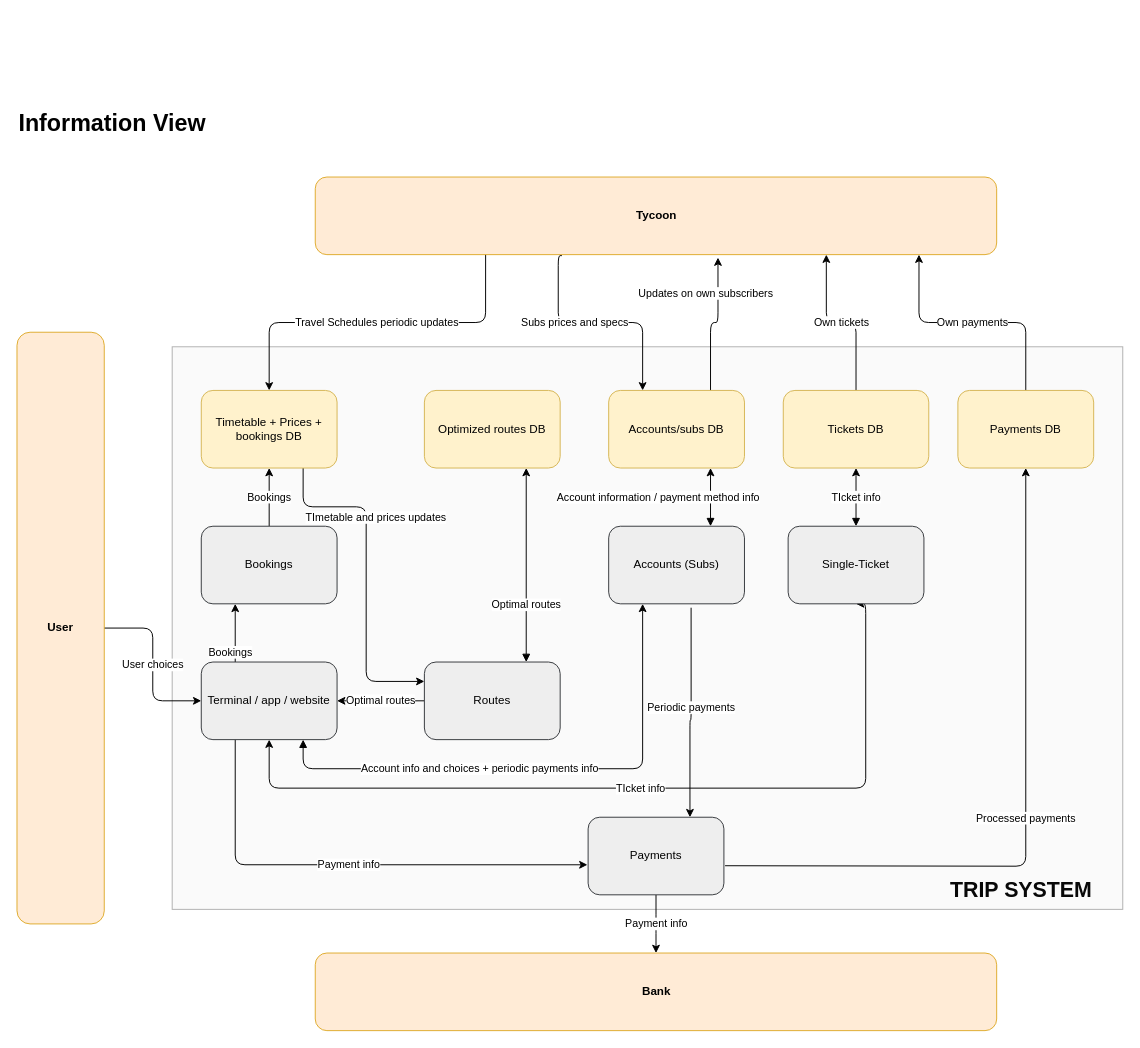
Before: drawings/views_draft3/information_view.drawio in aleCombi/SoftwareArchitecture, a draw.io diagram. Source tidied: cells renumbered, new cells numbered last; positions are measured from the earlier drawing's top-left corner, leaving out a move shared by most shapes. Both pictures are drawn from the tidied source at 97%, with x=0, y=0 at pixel (16, 109).
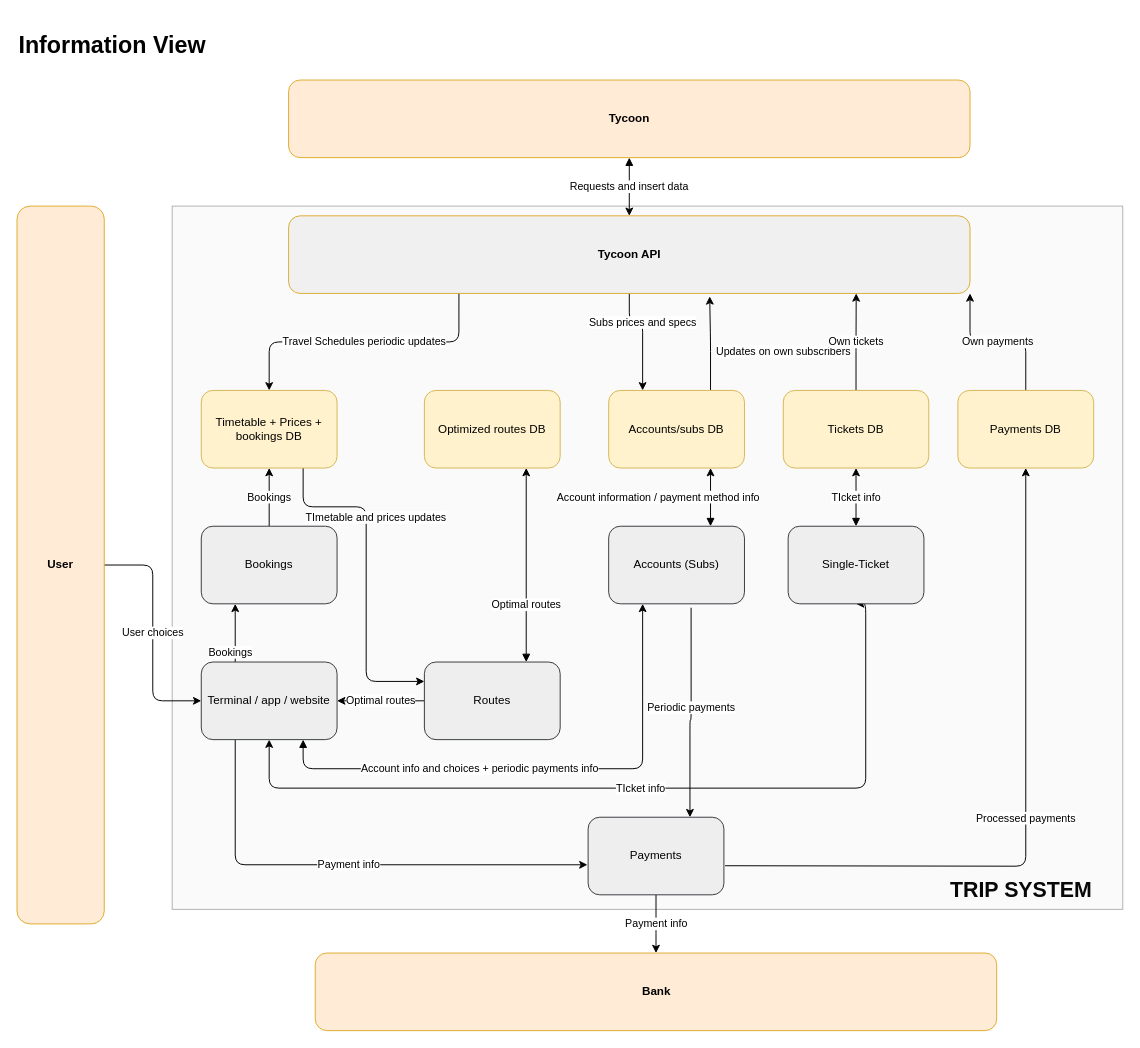
After the change.

Commit message (it also covers changes not shown here):
Updated functional and information view with tycoon api

Unchanged cells that the change refers to:
```xml
<mxCell id="27" value="Accounts/subs DB" style="rounded=1;whiteSpace=wrap;html=1;fillColor=#fff2cc;strokeColor=#d6b656;" parent="1" vertex="1">
  <mxGeometry x="610" y="290" width="140" height="80" as="geometry" />
</mxCell>
<mxCell id="29" value="Payments DB" style="rounded=1;whiteSpace=wrap;html=1;fillColor=#fff2cc;strokeColor=#d6b656;" parent="1" vertex="1">
  <mxGeometry x="970" y="290" width="140" height="80" as="geometry" />
</mxCell>
<mxCell id="31" value="Timetable + Prices + bookings DB" style="rounded=1;whiteSpace=wrap;html=1;fillColor=#fff2cc;strokeColor=#d6b656;" parent="1" vertex="1">
  <mxGeometry x="190" y="290" width="140" height="80" as="geometry" />
</mxCell>
<mxCell id="36" value="Tickets DB" style="rounded=1;whiteSpace=wrap;html=1;fillColor=#fff2cc;strokeColor=#d6b656;" parent="1" vertex="1">
  <mxGeometry x="790" y="290" width="150" height="80" as="geometry" />
</mxCell>
```

What changed in the source:
```diff
@@
     <mxCell id="2" style="whiteSpace=wrap;html=1;shadow=0;glass=0;sketch=0;opacity=50;fillColor=#f5f5f5;strokeColor=#666666;fontColor=#333333;" parent="1" vertex="1">
-      <mxGeometry x="160" y="245" width="980" height="580" as="geometry" />
+      <mxGeometry x="160" y="100" width="980" height="725" as="geometry" />
     </mxCell>
@@
     <mxCell id="4" value="&lt;b&gt;User&lt;/b&gt;" style="rounded=1;whiteSpace=wrap;html=1;fillColor=#ffe6cc;strokeColor=#d79b00;opacity=80;" parent="1" vertex="1">
-      <mxGeometry y="230" width="90" height="610" as="geometry" />
+      <mxGeometry y="100" width="90" height="740" as="geometry" />
     </mxCell>
@@
-    <mxCell id="13" value="Travel Schedules periodic updates" style="edgeStyle=orthogonalEdgeStyle;html=1;exitX=0.25;exitY=1;exitDx=0;exitDy=0;entryX=0.5;entryY=0;entryDx=0;entryDy=0;" parent="1" edge="1" source="15" target="31">
-      <mxGeometry relative="1" as="geometry" />
+    <mxCell id="13" value="Travel Schedules periodic updates" style="edgeStyle=orthogonalEdgeStyle;html=1;exitX=0.25;exitY=1;exitDx=0;exitDy=0;entryX=0.5;entryY=0;entryDx=0;entryDy=0;" parent="1" edge="1" source="39" target="31">
+      <mxGeometry relative="1" as="geometry">
+        <Array as="points">
+          <mxPoint x="456" y="240" />
+          <mxPoint x="260" y="240" />
+        </Array>
+      </mxGeometry>
     </mxCell>
-    <mxCell id="14" value="Subs prices and specs" style="edgeStyle=orthogonalEdgeStyle;html=1;exitX=0.362;exitY=1.013;exitDx=0;exitDy=0;entryX=0.25;entryY=0;entryDx=0;entryDy=0;startArrow=none;startFill=0;exitPerimeter=0;" parent="1" edge="1" source="15" target="27">
+    <mxCell id="14" value="Subs prices and specs" style="edgeStyle=orthogonalEdgeStyle;html=1;exitX=0.5;exitY=1;exitDx=0;exitDy=0;entryX=0.25;entryY=0;entryDx=0;entryDy=0;startArrow=none;startFill=0;" parent="1" edge="1" source="39" target="27">
       <mxGeometry x="-0.22" relative="1" as="geometry">
         <Array as="points">
-          <mxPoint x="558" y="151" />
-          <mxPoint x="558" y="220" />
+          <mxPoint x="631" y="220" />
           <mxPoint x="645" y="220" />
         </Array>
       </mxGeometry>
     </mxCell>
+    <mxCell id="38" value="Requests and insert data" style="edgeStyle=none;html=1;exitX=0.5;exitY=1;exitDx=0;exitDy=0;entryX=0.5;entryY=0;entryDx=0;entryDy=0;startArrow=block;startFill=1;" parent="1" edge="1" source="15" target="39">
+      <mxGeometry relative="1" as="geometry" />
+    </mxCell>
     <mxCell id="15" value="&lt;b&gt;Tycoon&lt;/b&gt;" style="rounded=1;whiteSpace=wrap;html=1;fillColor=#ffe6cc;strokeColor=#d79b00;opacity=80;" parent="1" vertex="1">
-      <mxGeometry x="307.5" y="70" width="702.5" height="80" as="geometry" />
+      <mxGeometry x="280" y="-30" width="702.5" height="80" as="geometry" />
     </mxCell>
@@
-    <mxCell id="26" value="Updates on own subscribers" style="edgeStyle=orthogonalEdgeStyle;html=1;exitX=0.75;exitY=0;exitDx=0;exitDy=0;entryX=0.591;entryY=1.038;entryDx=0;entryDy=0;entryPerimeter=0;" parent="1" edge="1" source="27" target="15">
-      <mxGeometry x="0.49" y="13" relative="1" as="geometry" />
+    <mxCell id="26" value="Updates on own subscribers" style="edgeStyle=orthogonalEdgeStyle;html=1;exitX=0.75;exitY=0;exitDx=0;exitDy=0;entryX=0.618;entryY=1.038;entryDx=0;entryDy=0;entryPerimeter=0;" parent="1" edge="1" source="27" target="39">
+      <mxGeometry x="-0.18" y="-75" relative="1" as="geometry" />
     </mxCell>
@@
-    <mxCell id="28" value="Own payments" style="edgeStyle=orthogonalEdgeStyle;html=1;exitX=0.5;exitY=0;exitDx=0;exitDy=0;entryX=0.886;entryY=1;entryDx=0;entryDy=0;entryPerimeter=0;startArrow=none;startFill=0;" parent="1" edge="1" source="29" target="15">
+    <mxCell id="28" value="Own payments" style="edgeStyle=orthogonalEdgeStyle;html=1;exitX=0.5;exitY=0;exitDx=0;exitDy=0;entryX=1;entryY=1;entryDx=0;entryDy=0;startArrow=none;startFill=0;" parent="1" edge="1" source="29" target="39">
       <mxGeometry relative="1" as="geometry" />
     </mxCell>
@@
-    <mxCell id="35" value="Own tickets" style="edgeStyle=orthogonalEdgeStyle;html=1;exitX=0.5;exitY=0;exitDx=0;exitDy=0;entryX=0.75;entryY=1;entryDx=0;entryDy=0;startArrow=none;startFill=0;" parent="1" edge="1" source="36" target="15">
+    <mxCell id="35" value="Own tickets" style="edgeStyle=orthogonalEdgeStyle;html=1;exitX=0.5;exitY=0;exitDx=0;exitDy=0;entryX=0.833;entryY=1;entryDx=0;entryDy=0;startArrow=none;startFill=0;entryPerimeter=0;" parent="1" edge="1" source="36" target="39">
       <mxGeometry relative="1" as="geometry" />
     </mxCell>
@@
     <mxCell id="37" value="&lt;h1&gt;Information View&lt;/h1&gt;" style="text;strokeColor=none;align=left;fillColor=none;html=1;verticalAlign=middle;whiteSpace=wrap;rounded=0;" parent="1" vertex="1">
-      <mxGeometry width="670" height="30" as="geometry" />
+      <mxGeometry y="-80" width="670" height="30" as="geometry" />
     </mxCell>
+    <mxCell id="39" value="&lt;b&gt;Tycoon API&lt;/b&gt;" style="rounded=1;whiteSpace=wrap;html=1;fillColor=#EEEEEE;strokeColor=#d79b00;opacity=80;" parent="1" vertex="1">
+      <mxGeometry x="280" y="110" width="702.5" height="80" as="geometry" />
+    </mxCell>
```
